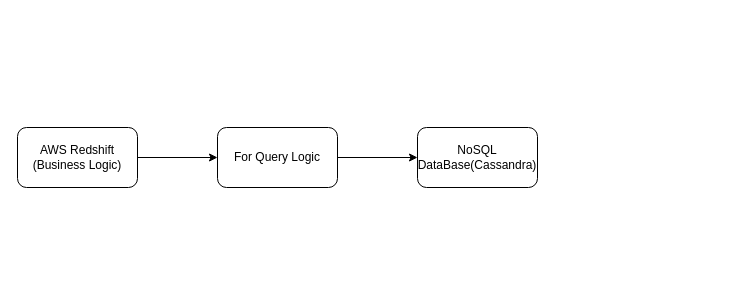
This is page "Page-2" (2 of 2) of infra/project_infra.drawio from NickHuangbeauty/udacity_capstone_project, a draw.io file, before an edit. Source tidied: cells renumbered, new cells numbered last; positions are measured from the earlier drawing's top-left corner, leaving out a move shared by most shapes. Both pictures are drawn from the tidied source at 100%, with x=0, y=0 at pixel (17, 127).
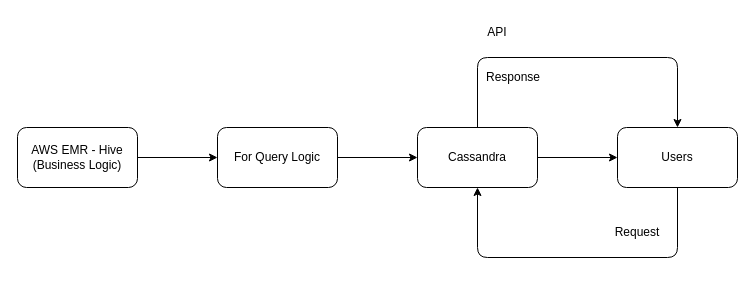
After the change.

Change to the diagram source:
```diff
@@
 <mxGraphModel>
   <root>
     <mxCell id="0" />
     <mxCell id="1" parent="0" />
     <mxCell id="2" style="edgeStyle=none;html=1;" parent="1" edge="1" source="3" target="5">
       <mxGeometry relative="1" as="geometry" />
     </mxCell>
-    <mxCell id="3" value="AWS Redshift&lt;br&gt;(Business Logic)" style="rounded=1;whiteSpace=wrap;html=1;" parent="1" vertex="1">
+    <mxCell id="3" value="AWS EMR - Hive&lt;br&gt;(Business Logic)" style="rounded=1;whiteSpace=wrap;html=1;" parent="1" vertex="1">
       <mxGeometry width="120" height="60" as="geometry" />
     </mxCell>
     <mxCell id="4" style="edgeStyle=none;html=1;" parent="1" edge="1" source="5" target="6">
       <mxGeometry relative="1" as="geometry" />
     </mxCell>
     <mxCell id="5" value="For Query Logic" style="whiteSpace=wrap;html=1;rounded=1;" parent="1" vertex="1">
       <mxGeometry x="200" width="120" height="60" as="geometry" />
     </mxCell>
+    <mxCell id="7" style="edgeStyle=none;html=1;" parent="1" edge="1" source="6" target="10">
+      <mxGeometry relative="1" as="geometry" />
+    </mxCell>
+    <mxCell id="8" style="edgeStyle=none;html=1;entryX=0.5;entryY=0;entryDx=0;entryDy=0;exitX=0.5;exitY=0;exitDx=0;exitDy=0;" parent="1" edge="1" source="6" target="10">
+      <mxGeometry relative="1" as="geometry">
+        <Array as="points">
+          <mxPoint x="460" y="-70" />
+          <mxPoint x="660" y="-70" />
+        </Array>
+      </mxGeometry>
+    </mxCell>
-    <mxCell id="6" value="NoSQL DataBase(Cassandra)" style="whiteSpace=wrap;html=1;rounded=1;" parent="1" vertex="1">
+    <mxCell id="6" value="Cassandra" style="whiteSpace=wrap;html=1;rounded=1;" parent="1" vertex="1">
       <mxGeometry x="400" width="120" height="60" as="geometry" />
     </mxCell>
+    <mxCell id="9" style="edgeStyle=none;html=1;entryX=0.5;entryY=1;entryDx=0;entryDy=0;" parent="1" edge="1" source="10" target="6">
+      <mxGeometry relative="1" as="geometry">
+        <Array as="points">
+          <mxPoint x="660" y="130" />
+          <mxPoint x="460" y="130" />
+        </Array>
+      </mxGeometry>
+    </mxCell>
+    <mxCell id="10" value="Users" style="whiteSpace=wrap;html=1;rounded=1;" parent="1" vertex="1">
+      <mxGeometry x="600" width="120" height="60" as="geometry" />
+    </mxCell>
+    <mxCell id="11" value="API" style="text;html=1;strokeColor=none;fillColor=none;align=center;verticalAlign=middle;whiteSpace=wrap;rounded=0;" parent="1" vertex="1">
+      <mxGeometry x="450" y="-110" width="60" height="30" as="geometry" />
+    </mxCell>
+    <mxCell id="12" value="Request" style="text;html=1;strokeColor=none;fillColor=none;align=center;verticalAlign=middle;whiteSpace=wrap;rounded=0;" parent="1" vertex="1">
+      <mxGeometry x="590" y="90" width="60" height="30" as="geometry" />
+    </mxCell>
+    <mxCell id="13" value="Response" style="text;html=1;strokeColor=none;fillColor=none;align=center;verticalAlign=middle;whiteSpace=wrap;rounded=0;" parent="1" vertex="1">
+      <mxGeometry x="466" y="-65" width="60" height="30" as="geometry" />
+    </mxCell>
   </root>
 </mxGraphModel>
```
